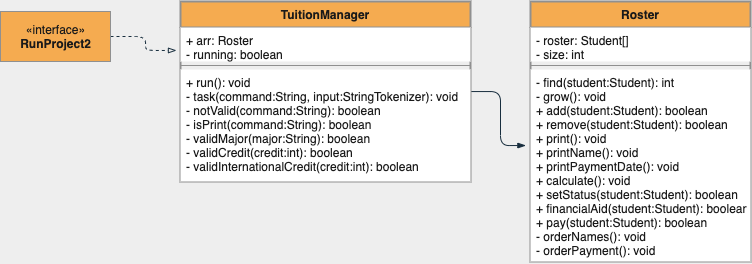
The draw.io diagram UMLDiagram.png in JDunich/Student-Tuition-API, before a commit. Source tidied: cells renumbered, new cells last; positions are measured from the earlier drawing's top-left corner, leaving out a move shared by most shapes.
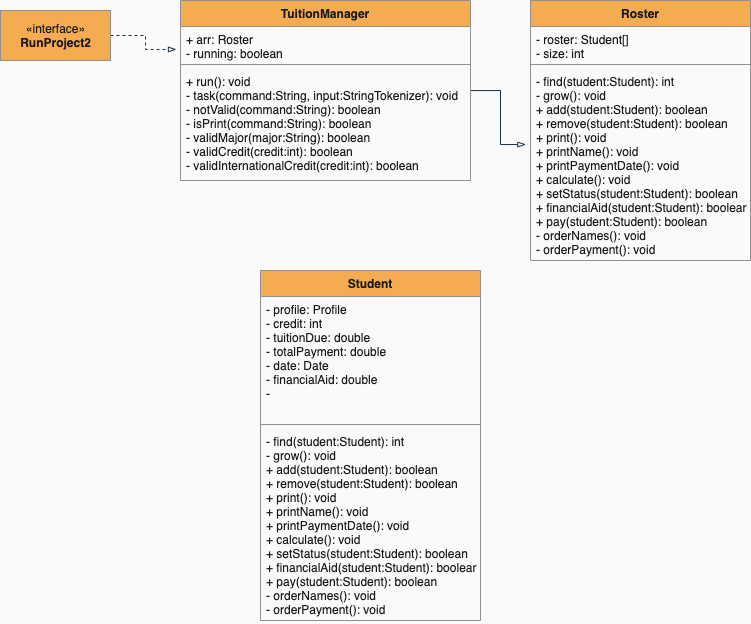
The same diagram one commit later.

Change to the diagram source:
```diff
@@ -1,39 +1,51 @@
-<mxGraphModel background="#EEEEEE">
+<mxGraphModel background="#FAFAFA">
   <root>
     <mxCell id="0" />
     <mxCell id="1" parent="0" />
-    <mxCell id="2" style="edgeStyle=orthogonalEdgeStyle;jettySize=auto;html=1;exitX=1;exitY=0.5;exitDx=0;exitDy=0;entryX=-0.014;entryY=0.675;entryDx=0;entryDy=0;entryPerimeter=0;dashed=1;endArrow=blockThin;endFill=0;strokeColor=#182E3E;fontColor=#1A1A1A;labelBackgroundColor=#EEEEEE;" parent="1" edge="1" source="3" target="6">
+    <mxCell id="2" style="edgeStyle=orthogonalEdgeStyle;rounded=0;jettySize=auto;html=1;exitX=1;exitY=0.5;exitDx=0;exitDy=0;entryX=-0.014;entryY=0.675;entryDx=0;entryDy=0;entryPerimeter=0;dashed=1;endArrow=blockThin;endFill=0;labelBackgroundColor=#EEEEEE;strokeColor=#182E3E;fontColor=#1A1A1A;" parent="1" edge="1" source="3" target="6">
       <mxGeometry relative="1" as="geometry" />
     </mxCell>
     <mxCell id="3" value="«interface»&lt;br&gt;&lt;b&gt;RunProject2&lt;/b&gt;" style="html=1;fillColor=#F5AB50;strokeColor=#909090;fontColor=#1A1A1A;" parent="1" vertex="1">
       <mxGeometry y="10" width="110" height="50" as="geometry" />
     </mxCell>
-    <mxCell id="4" style="edgeStyle=orthogonalEdgeStyle;jettySize=auto;html=1;entryX=-0.021;entryY=0.396;entryDx=0;entryDy=0;entryPerimeter=0;endArrow=blockThin;endFill=1;strokeColor=#182E3E;fontColor=#1A1A1A;labelBackgroundColor=#EEEEEE;" parent="1" edge="1" source="5" target="12">
+    <mxCell id="4" style="edgeStyle=orthogonalEdgeStyle;rounded=0;jettySize=auto;html=1;entryX=-0.021;entryY=0.396;entryDx=0;entryDy=0;entryPerimeter=0;endArrow=blockThin;endFill=0;labelBackgroundColor=#EEEEEE;strokeColor=#182E3E;fontColor=#1A1A1A;" parent="1" edge="1" source="5" target="12">
       <mxGeometry relative="1" as="geometry" />
     </mxCell>
-    <mxCell id="5" value="TuitionManager" style="swimlane;fontStyle=1;align=center;verticalAlign=top;horizontal=1;startSize=26;fillColor=#F5AB50;strokeColor=#909090;fontColor=#1A1A1A;strokeWidth=2;" parent="1" vertex="1">
+    <mxCell id="5" value="TuitionManager" style="swimlane;fontStyle=1;align=center;verticalAlign=top;horizontal=1;startSize=26;fillColor=#F5AB50;strokeColor=#909090;fontColor=#1A1A1A;" parent="1" vertex="1">
       <mxGeometry x="180" width="290" height="180" as="geometry" />
     </mxCell>
-    <mxCell id="6" value="+ arr: Roster&#10;- running: boolean" style="text;strokeColor=none;fillColor=default;align=left;verticalAlign=top;spacingLeft=4;spacingRight=4;overflow=hidden;points=[[0,0.5],[1,0.5]];portConstraint=eastwest;fontColor=#1A1A1A;" parent="5" vertex="1">
+    <mxCell id="6" value="+ arr: Roster&#10;- running: boolean" style="text;strokeColor=none;fillColor=none;align=left;verticalAlign=top;spacingLeft=4;spacingRight=4;overflow=hidden;points=[[0,0.5],[1,0.5]];portConstraint=eastwest;fontColor=#1A1A1A;" parent="5" vertex="1">
       <mxGeometry y="26" width="290" height="34" as="geometry" />
     </mxCell>
-    <mxCell id="7" style="line;strokeWidth=1;fillColor=none;align=left;verticalAlign=middle;spacingTop=-1;spacingLeft=3;spacingRight=3;labelPosition=right;strokeColor=#909090;fontColor=#1A1A1A;labelBackgroundColor=#EEEEEE;" parent="5" vertex="1">
+    <mxCell id="7" style="line;strokeWidth=1;fillColor=none;align=left;verticalAlign=middle;spacingTop=-1;spacingLeft=3;spacingRight=3;labelPosition=right;labelBackgroundColor=#EEEEEE;strokeColor=#909090;fontColor=#1A1A1A;" parent="5" vertex="1">
       <mxGeometry y="60" width="290" height="8" as="geometry" />
     </mxCell>
-    <mxCell id="8" value="+ run(): void&#10;- task(command:String, input:StringTokenizer): void&#10;- notValid(command:String): boolean&#10;- isPrint(command:String): boolean&#10;- validMajor(major:String): boolean&#10;- validCredit(credit:int): boolean&#10;- validInternationalCredit(credit:int): boolean" style="text;strokeColor=none;fillColor=default;align=left;verticalAlign=top;spacingLeft=4;spacingRight=4;overflow=hidden;fontColor=#1A1A1A;" parent="5" vertex="1">
+    <mxCell id="8" value="+ run(): void&#10;- task(command:String, input:StringTokenizer): void&#10;- notValid(command:String): boolean&#10;- isPrint(command:String): boolean&#10;- validMajor(major:String): boolean&#10;- validCredit(credit:int): boolean&#10;- validInternationalCredit(credit:int): boolean" style="text;strokeColor=none;fillColor=none;align=left;verticalAlign=top;spacingLeft=4;spacingRight=4;overflow=hidden;fontColor=#1A1A1A;" parent="5" vertex="1">
       <mxGeometry y="68" width="290" height="112" as="geometry" />
     </mxCell>
-    <mxCell id="9" value="Roster" style="swimlane;fontStyle=1;align=center;verticalAlign=top;horizontal=1;startSize=26;fillColor=#F5AB50;strokeColor=#909090;fontColor=#1A1A1A;strokeWidth=2;" parent="1" vertex="1">
+    <mxCell id="9" value="Roster" style="swimlane;fontStyle=1;align=center;verticalAlign=top;horizontal=1;startSize=26;fillColor=#F5AB50;strokeColor=#909090;fontColor=#1A1A1A;" parent="1" vertex="1">
       <mxGeometry x="530" width="220" height="260" as="geometry" />
     </mxCell>
-    <mxCell id="10" value="- roster: Student[]&#10;- size: int" style="text;strokeColor=none;fillColor=default;align=left;verticalAlign=top;spacingLeft=4;spacingRight=4;overflow=hidden;fontColor=#1A1A1A;" parent="9" vertex="1">
+    <mxCell id="10" value="- roster: Student[]&#10;- size: int" style="text;strokeColor=none;fillColor=none;align=left;verticalAlign=top;spacingLeft=4;spacingRight=4;overflow=hidden;fontColor=#1A1A1A;" parent="9" vertex="1">
       <mxGeometry y="26" width="220" height="34" as="geometry" />
     </mxCell>
-    <mxCell id="11" style="line;strokeWidth=1;fillColor=none;align=left;verticalAlign=middle;spacingTop=-1;spacingLeft=3;spacingRight=3;labelPosition=right;strokeColor=#909090;fontColor=#1A1A1A;labelBackgroundColor=#EEEEEE;" parent="9" vertex="1">
+    <mxCell id="11" style="line;strokeWidth=1;fillColor=none;align=left;verticalAlign=middle;spacingTop=-1;spacingLeft=3;spacingRight=3;labelPosition=right;labelBackgroundColor=#EEEEEE;strokeColor=#909090;fontColor=#1A1A1A;" parent="9" vertex="1">
       <mxGeometry y="60" width="220" height="8" as="geometry" />
     </mxCell>
-    <mxCell id="12" value="- find(student:Student): int&#10;- grow(): void&#10;+ add(student:Student): boolean&#10;+ remove(student:Student): boolean&#10;+ print(): void&#10;+ printName(): void&#10;+ printPaymentDate(): void&#10;+ calculate(): void&#10;+ setStatus(student:Student): boolean&#10;+ financialAid(student:Student): boolean&#10;+ pay(student:Student): boolean&#10;- orderNames(): void&#10;- orderPayment(): void&#10;" style="text;strokeColor=none;fillColor=default;align=left;verticalAlign=top;spacingLeft=4;spacingRight=4;overflow=hidden;points=[[0,0.5],[1,0.5]];portConstraint=eastwest;fontColor=#1A1A1A;" parent="9" vertex="1">
+    <mxCell id="12" value="- find(student:Student): int&#10;- grow(): void&#10;+ add(student:Student): boolean&#10;+ remove(student:Student): boolean&#10;+ print(): void&#10;+ printName(): void&#10;+ printPaymentDate(): void&#10;+ calculate(): void&#10;+ setStatus(student:Student): boolean&#10;+ financialAid(student:Student): boolean&#10;+ pay(student:Student): boolean&#10;- orderNames(): void&#10;- orderPayment(): void&#10;" style="text;strokeColor=none;fillColor=none;align=left;verticalAlign=top;spacingLeft=4;spacingRight=4;overflow=hidden;points=[[0,0.5],[1,0.5]];portConstraint=eastwest;fontColor=#1A1A1A;" parent="9" vertex="1">
       <mxGeometry y="68" width="220" height="192" as="geometry" />
     </mxCell>
+    <mxCell id="13" value="Student" style="swimlane;fontStyle=1;align=center;verticalAlign=top;horizontal=1;startSize=26;fillColor=#F5AB50;strokeColor=#909090;fontColor=#1A1A1A;" parent="1" vertex="1">
+      <mxGeometry x="260" y="270" width="220" height="350" as="geometry" />
+    </mxCell>
+    <mxCell id="14" value="- profile: Profile&#10;- credit: int&#10;- tuitionDue: double&#10;- totalPayment: double&#10;- date: Date&#10;- financialAid: double&#10;- &#10;" style="text;strokeColor=none;fillColor=none;align=left;verticalAlign=top;spacingLeft=4;spacingRight=4;overflow=hidden;fontColor=#1A1A1A;" parent="13" vertex="1">
+      <mxGeometry y="26" width="220" height="124" as="geometry" />
+    </mxCell>
+    <mxCell id="15" style="line;strokeWidth=1;fillColor=none;align=left;verticalAlign=middle;spacingTop=-1;spacingLeft=3;spacingRight=3;labelPosition=right;labelBackgroundColor=#EEEEEE;strokeColor=#909090;fontColor=#1A1A1A;" parent="13" vertex="1">
+      <mxGeometry y="150" width="220" height="8" as="geometry" />
+    </mxCell>
+    <mxCell id="16" value="- find(student:Student): int&#10;- grow(): void&#10;+ add(student:Student): boolean&#10;+ remove(student:Student): boolean&#10;+ print(): void&#10;+ printName(): void&#10;+ printPaymentDate(): void&#10;+ calculate(): void&#10;+ setStatus(student:Student): boolean&#10;+ financialAid(student:Student): boolean&#10;+ pay(student:Student): boolean&#10;- orderNames(): void&#10;- orderPayment(): void&#10;" style="text;strokeColor=none;fillColor=none;align=left;verticalAlign=top;spacingLeft=4;spacingRight=4;overflow=hidden;fontColor=#1A1A1A;" parent="13" vertex="1">
+      <mxGeometry y="158" width="220" height="192" as="geometry" />
+    </mxCell>
   </root>
 </mxGraphModel>
```
